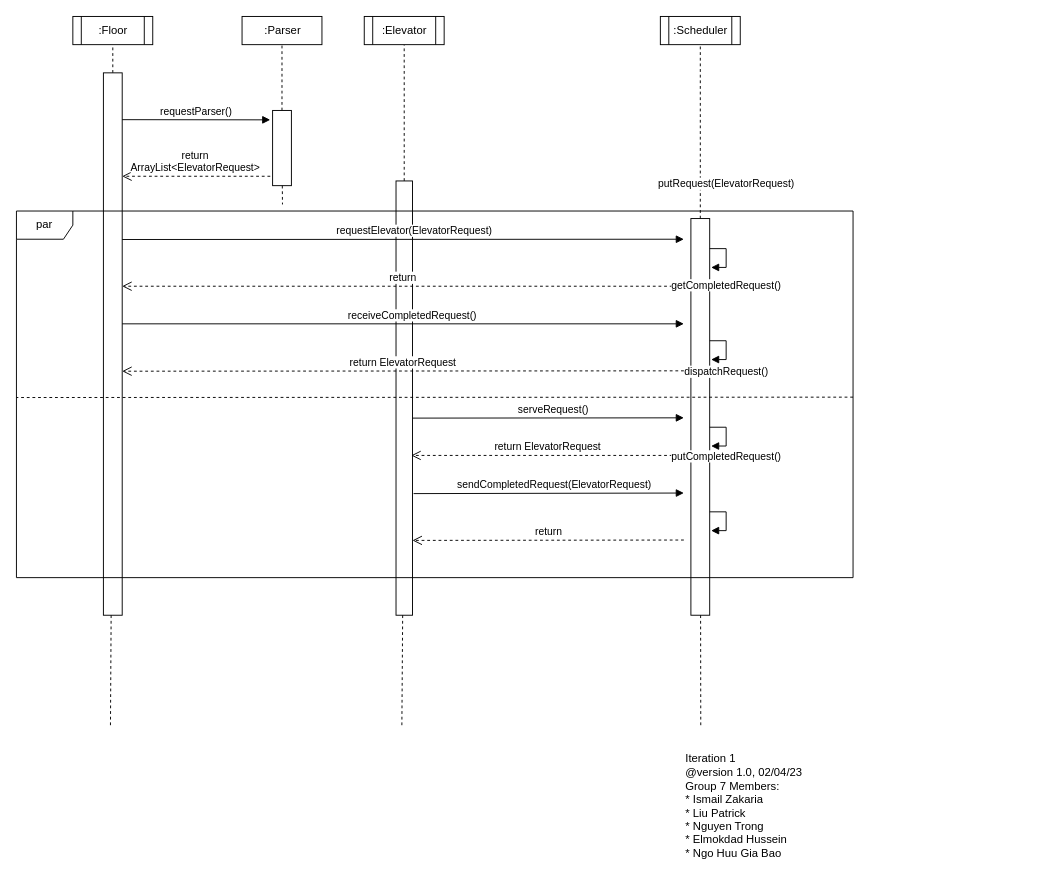
Above: page "sequence" (2 of 4) of documentation/P2-UML.drawio in bobbyngo/Elevator-Control-System-And-Simulator (draw.io), before the change. Source tidied: cells renumbered, new cells numbered last; positions are measured from the earlier drawing's top-left corner, leaving out a move shared by most shapes. Both pictures are drawn from the tidied source at 94%, with x=0, y=0 at pixel (16, 16).
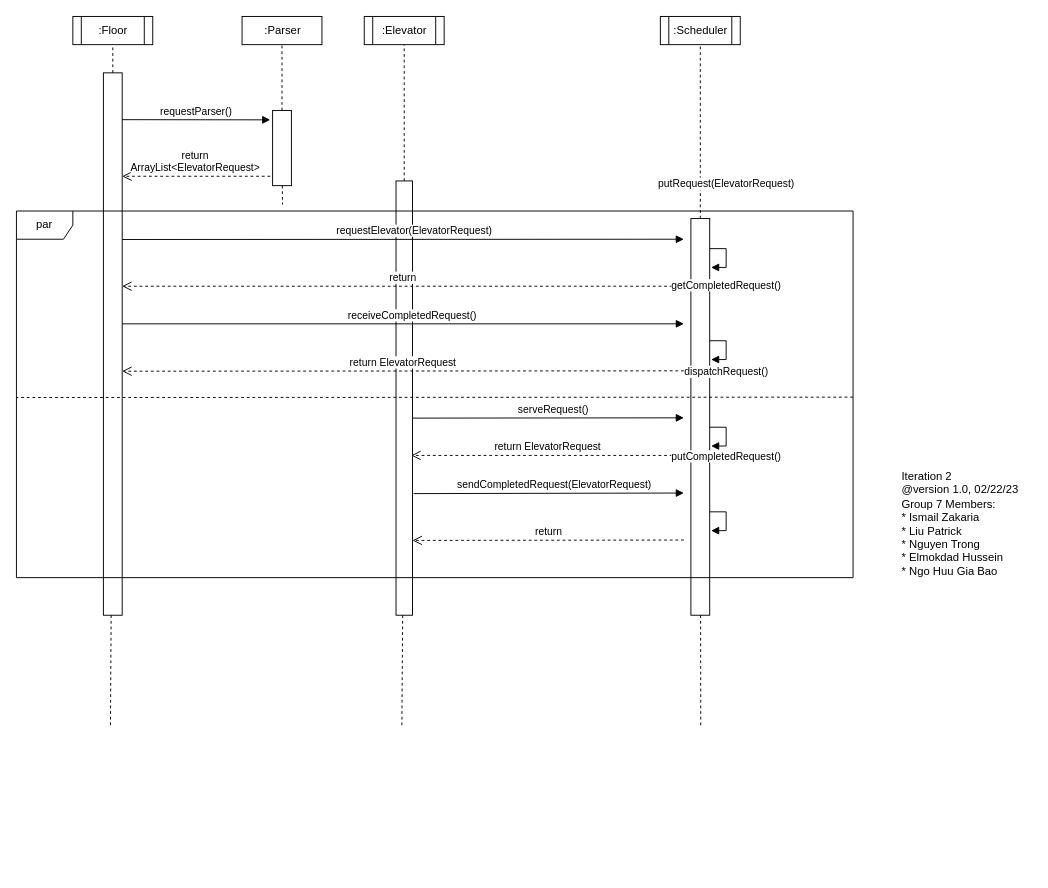
After the change.

Diff of the diagram source:
```diff
@@
-    <mxCell id="34" value="&lt;div&gt;Iteration 1&amp;nbsp;&lt;/div&gt;&lt;div&gt;@version 1.0, 02/04/23&lt;/div&gt;&lt;div&gt;Group 7 Members:&lt;/div&gt;&lt;div&gt;* Ismail Zakaria&lt;/div&gt;&lt;div&gt;* Liu Patrick&lt;/div&gt;&lt;div&gt;* Nguyen Trong&lt;/div&gt;&lt;div&gt;* Elmokdad Hussein&lt;/div&gt;&lt;div&gt;* Ngo Huu Gia Bao&lt;/div&gt;" style="text;html=1;strokeColor=none;fillColor=none;align=left;verticalAlign=middle;whiteSpace=wrap;rounded=0;" parent="1" vertex="1">
-      <mxGeometry x="710" y="770" width="140" height="140" as="geometry" />
-    </mxCell>
+    <mxCell id="35" value="&lt;div&gt;Iteration 2&amp;nbsp;&lt;/div&gt;&lt;div&gt;@version 1.0, 02/22/23&lt;/div&gt;&lt;div&gt;Group 7 Members:&lt;/div&gt;&lt;div&gt;* Ismail Zakaria&lt;/div&gt;&lt;div&gt;* Liu Patrick&lt;/div&gt;&lt;div&gt;* Nguyen Trong&lt;/div&gt;&lt;div&gt;* Elmokdad Hussein&lt;/div&gt;&lt;div&gt;* Ngo Huu Gia Bao&lt;/div&gt;" style="text;html=1;strokeColor=none;fillColor=none;align=left;verticalAlign=middle;whiteSpace=wrap;rounded=0;" parent="1" vertex="1">
+      <mxGeometry x="940" y="470" width="140" height="140" as="geometry" />
+    </mxCell>
```
